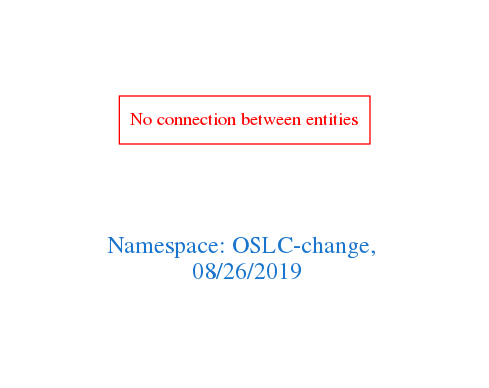
Before: downloads/OSLC-change.png, a diagram exported from Graphviz (arago/OGIT). Its source is kept beside it as downloads/OSLC-change.dot.
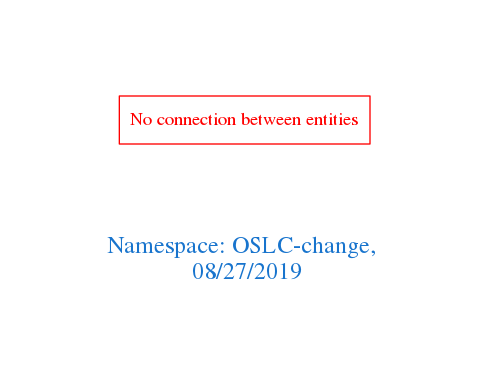
The same file after the commit.

Change to the diagram source:
```diff
@@ -1,7 +1,7 @@
 digraph OGIT_ontology {
  graph [ rankdir= LR,pad=1
 fontsize = 18,
-fontcolor= dodgerblue3,label = "\n\n\nNamespace: OSLC-change, \n 08/26/2019"];
+fontcolor= dodgerblue3,label = "\n\n\nNamespace: OSLC-change, \n 08/27/2019"];
 node[shape=polygon];
 edge [  color="gray81"];
 
```
